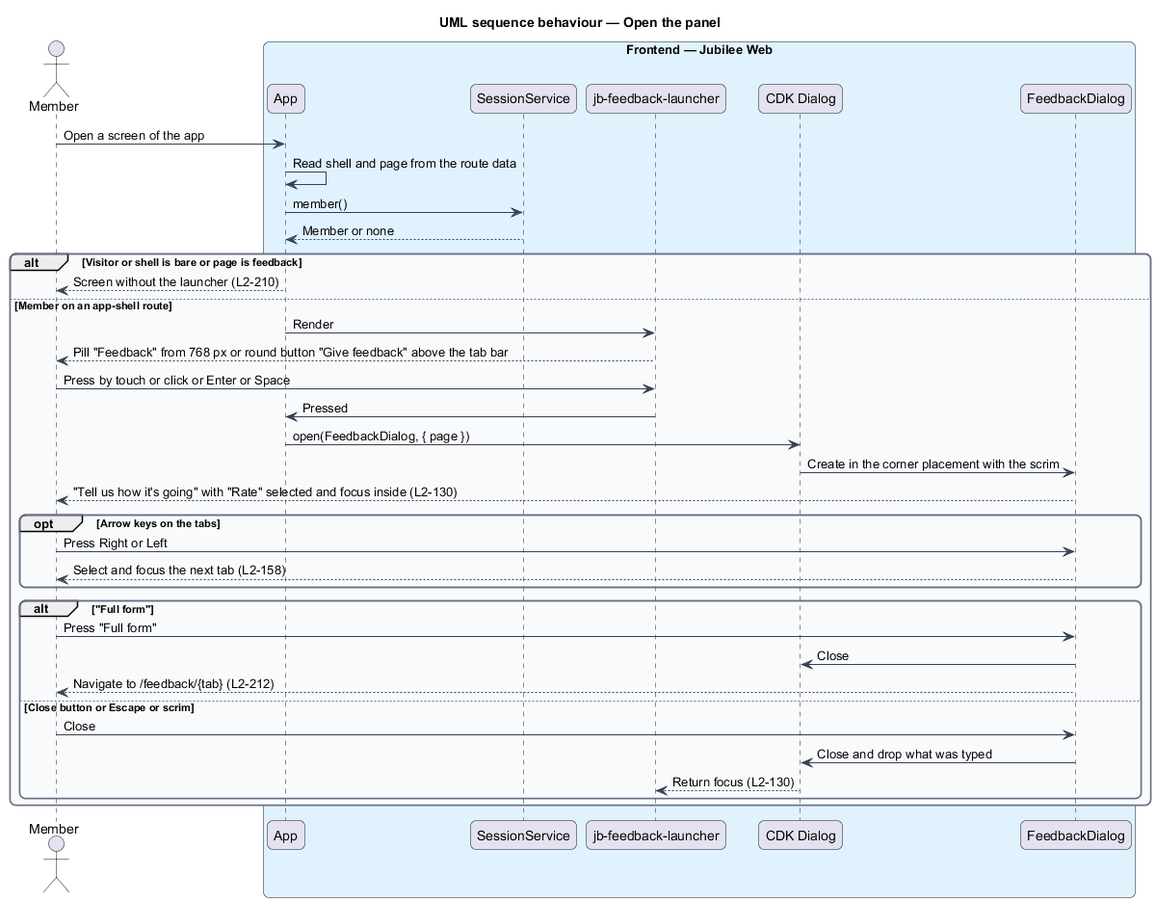
Earlier version of the PlantUML export docs/detailed-designs/feedback/send-feedback-from-panel/diagrams/sequence-open-panel.png (QuinntyneBrown/jubilee).
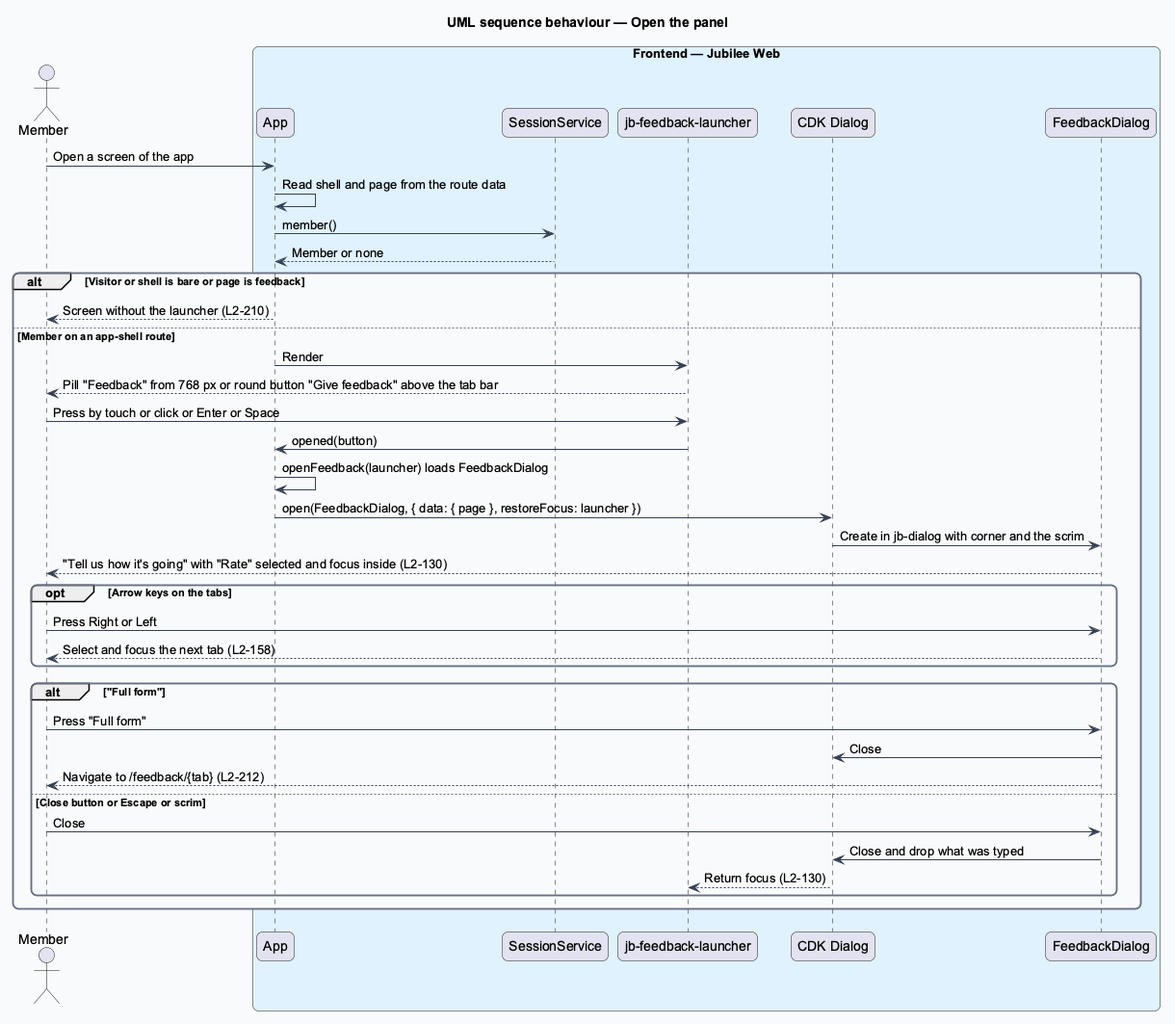
The same diagram one commit later.

The edit, as a diff of the source:
```diff
@@ -32,9 +32,10 @@
   app -> launcher : Render
   launcher --> actor : Pill "Feedback" from 768 px or round button "Give feedback" above the tab bar
   actor -> launcher : Press by touch or click or Enter or Space
-  launcher -> app : Pressed
-  app -> cdk : open(FeedbackDialog, { page })
-  cdk -> dialog : Create in the corner placement with the scrim
+  launcher -> app : opened(button)
+  app -> app : openFeedback(launcher) loads FeedbackDialog
+  app -> cdk : open(FeedbackDialog, { data: { page }, restoreFocus: launcher })
+  cdk -> dialog : Create in jb-dialog with corner and the scrim
   dialog --> actor : "Tell us how it's going" with "Rate" selected and focus inside (L2-130)
   opt Arrow keys on the tabs
     actor -> dialog : Press Right or Left
```
